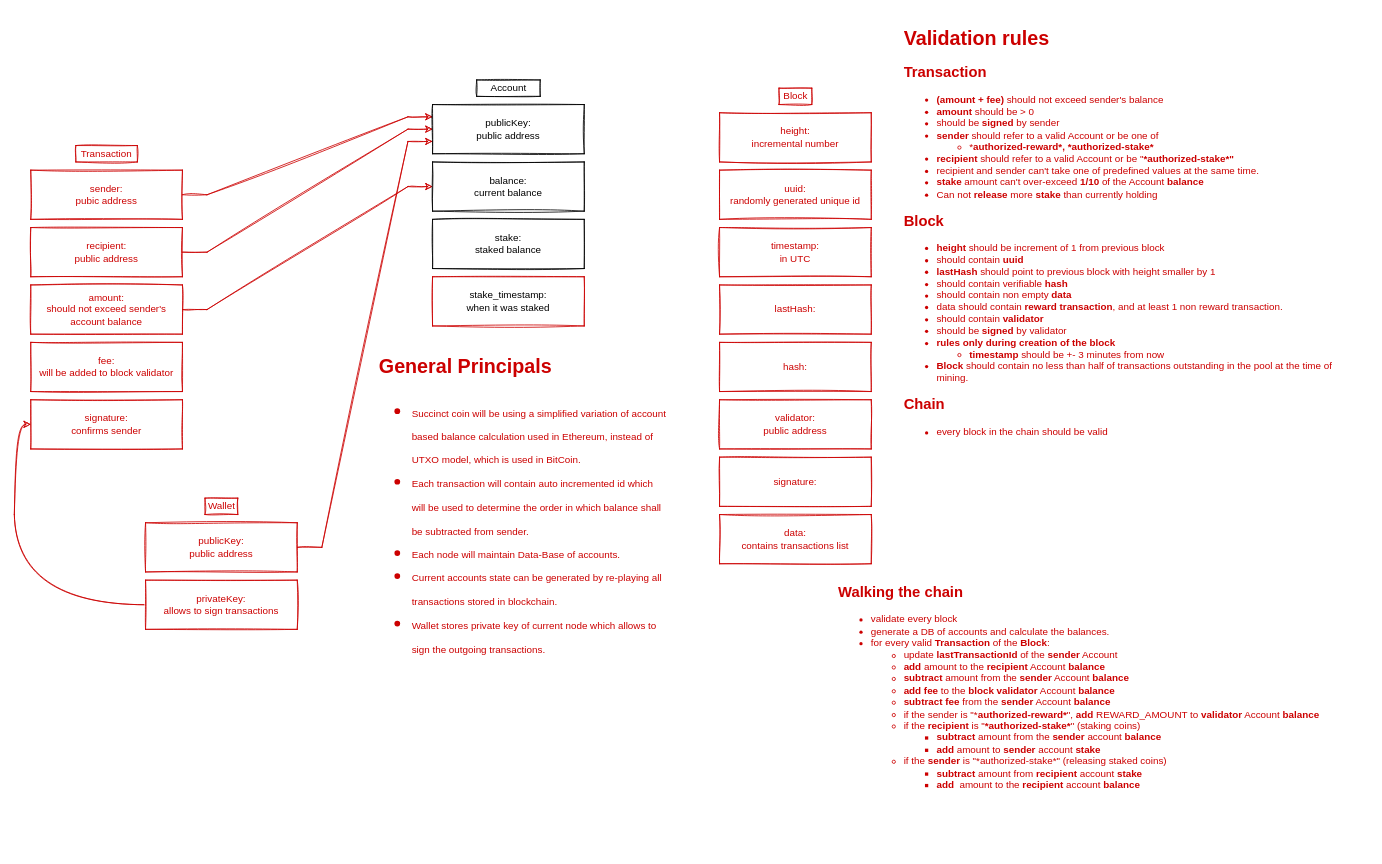
This is docs/Transaction Structure Diagram.drawio from echowaves/succinctcoin, a draw.io file, before an edit. Source tidied: cells renumbered, new cells numbered last; positions are measured from the earlier drawing's top-left corner, leaving out a move shared by most shapes. Both pictures are drawn from the tidied source at 82%, with x=0, y=0 at pixel (30, 22).
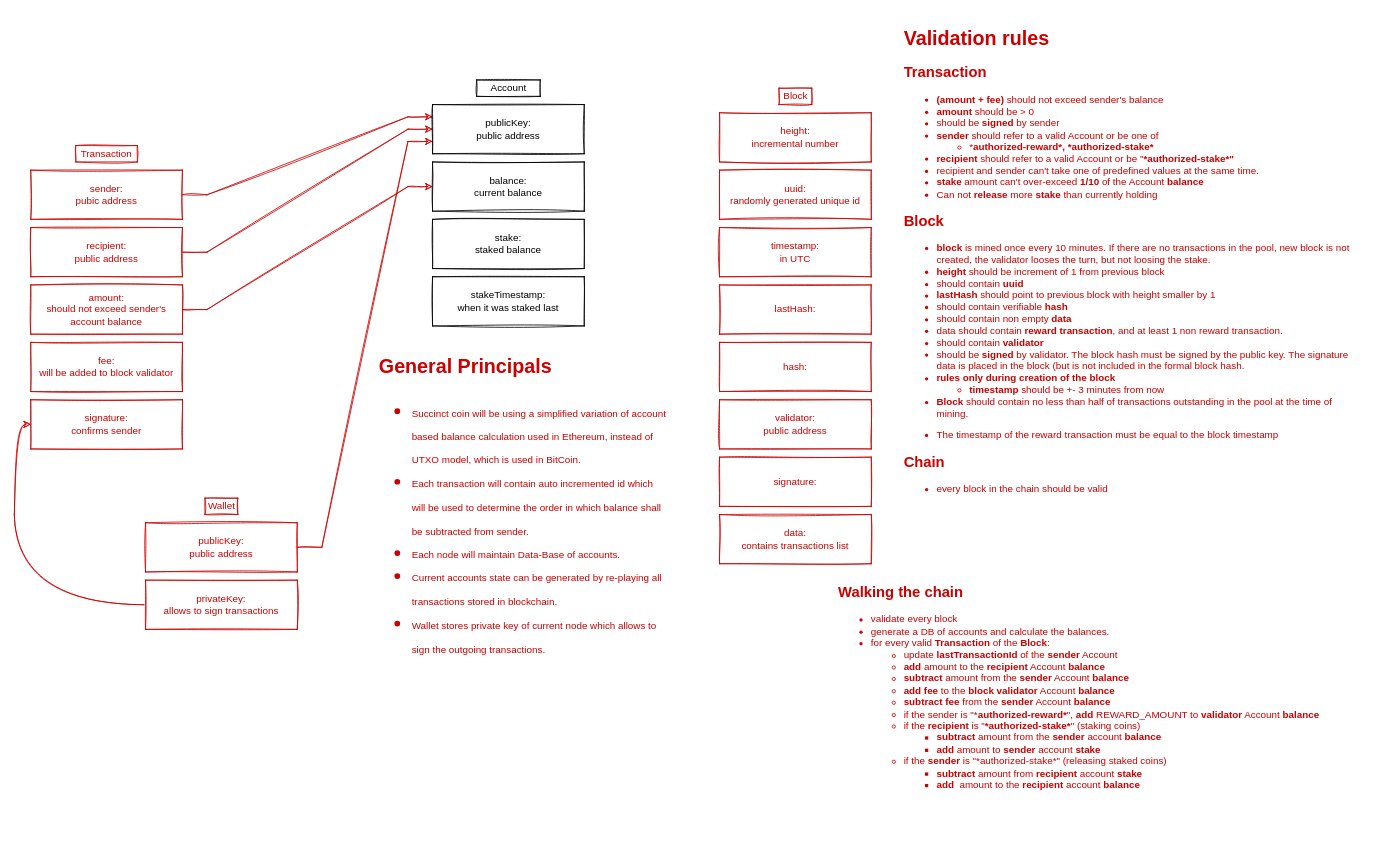
After the change.

Change to the diagram source:
```diff
@@
-    <mxCell id="30" value="&lt;h1&gt;Validation rules&lt;/h1&gt;&lt;h2&gt;Transaction&lt;/h2&gt;&lt;div&gt;&lt;ul&gt;&lt;li&gt;&lt;b&gt;(amount + fee)&lt;/b&gt;&lt;span&gt; should not exceed sender's balance&lt;/span&gt;&lt;br&gt;&lt;/li&gt;&lt;li&gt;&lt;b&gt;amount&lt;/b&gt; should be &amp;gt; 0&lt;/li&gt;&lt;li&gt;should be &lt;b&gt;signed&lt;/b&gt; by sender&lt;/li&gt;&lt;li&gt;&lt;b&gt;sender&lt;/b&gt; should refer to a valid Account or be one of&lt;/li&gt;&lt;ul&gt;&lt;li&gt;*&lt;b&gt;authorized-reward*,&amp;nbsp;&lt;/b&gt;&lt;b&gt;*authorized-stake*&lt;/b&gt;&lt;br&gt;&lt;/li&gt;&lt;/ul&gt;&lt;li&gt;&lt;b&gt;recipient &lt;/b&gt;should refer to a valid Account or be &quot;&lt;b&gt;*authorized-stake*&quot;&lt;/b&gt;&lt;/li&gt;&lt;li&gt;recipient and sender can't take one of predefined values at the same time.&lt;/li&gt;&lt;li&gt;&lt;b&gt;stake &lt;/b&gt;amount can't over-exceed &lt;b&gt;1/10&lt;/b&gt; of the Account &lt;b&gt;balance&lt;/b&gt;&lt;/li&gt;&lt;li&gt;Can not &lt;b&gt;release&lt;/b&gt; more &lt;b&gt;stake&lt;/b&gt; than currently holding&lt;/li&gt;&lt;/ul&gt;&lt;/div&gt;&lt;h2&gt;Block&lt;/h2&gt;&lt;div&gt;&lt;ul&gt;&lt;li&gt;&lt;b&gt;height&lt;/b&gt; should be increment of 1 from previous block&lt;/li&gt;&lt;li&gt;should contain &lt;b&gt;uuid&lt;/b&gt;&lt;/li&gt;&lt;li&gt;&lt;b&gt;lastHash&lt;/b&gt; should point to previous block with height smaller by 1&lt;/li&gt;&lt;li&gt;should contain verifiable &lt;b&gt;hash&lt;/b&gt;&lt;/li&gt;&lt;li&gt;should contain non empty &lt;b&gt;data&lt;/b&gt;&amp;nbsp;&amp;nbsp;&lt;/li&gt;&lt;li&gt;data should contain &lt;b&gt;reward transaction&lt;/b&gt;, and at least 1 non reward transaction.&lt;/li&gt;&lt;li&gt;should contain &lt;b&gt;validator&lt;/b&gt;&lt;/li&gt;&lt;li&gt;should be &lt;b&gt;signed&lt;/b&gt; by validator&lt;/li&gt;&lt;li&gt;&lt;b&gt;rules only during creation of the block&lt;/b&gt;&lt;/li&gt;&lt;ul&gt;&lt;li&gt;&lt;b&gt;timestamp&lt;/b&gt; should be +- 3 minutes from now&lt;/li&gt;&lt;/ul&gt;&lt;li&gt;&lt;b&gt;Block &lt;/b&gt;should contain no less than half of transactions outstanding in the pool at the time of mining.&lt;/li&gt;&lt;/ul&gt;&lt;/div&gt;&lt;h2&gt;Chain&lt;/h2&gt;&lt;div&gt;&lt;ul&gt;&lt;li&gt;every block in the chain should be valid&lt;/li&gt;&lt;/ul&gt;&lt;div&gt;&lt;br&gt;&lt;/div&gt;&lt;/div&gt;&lt;h2&gt;&lt;br&gt;&lt;/h2&gt;" style="text;html=1;fillColor=none;spacing=5;spacingTop=-20;whiteSpace=wrap;overflow=hidden;rounded=0;sketch=1;fontColor=#CC0000;" parent="1" vertex="1">
+    <mxCell id="30" value="&lt;h1&gt;Validation rules&lt;/h1&gt;&lt;h2&gt;Transaction&lt;/h2&gt;&lt;div&gt;&lt;ul&gt;&lt;li&gt;&lt;b&gt;(amount + fee)&lt;/b&gt;&lt;span&gt; should not exceed sender's balance&lt;/span&gt;&lt;br&gt;&lt;/li&gt;&lt;li&gt;&lt;b&gt;amount&lt;/b&gt; should be &amp;gt; 0&lt;/li&gt;&lt;li&gt;should be &lt;b&gt;signed&lt;/b&gt; by sender&lt;/li&gt;&lt;li&gt;&lt;b&gt;sender&lt;/b&gt; should refer to a valid Account or be one of&lt;/li&gt;&lt;ul&gt;&lt;li&gt;*&lt;b&gt;authorized-reward*,&amp;nbsp;&lt;/b&gt;&lt;b&gt;*authorized-stake*&lt;/b&gt;&lt;br&gt;&lt;/li&gt;&lt;/ul&gt;&lt;li&gt;&lt;b&gt;recipient &lt;/b&gt;should refer to a valid Account or be &quot;&lt;b&gt;*authorized-stake*&quot;&lt;/b&gt;&lt;/li&gt;&lt;li&gt;recipient and sender can't take one of predefined values at the same time.&lt;/li&gt;&lt;li&gt;&lt;b&gt;stake &lt;/b&gt;amount can't over-exceed &lt;b&gt;1/10&lt;/b&gt; of the Account &lt;b&gt;balance&lt;/b&gt;&lt;/li&gt;&lt;li&gt;Can not &lt;b&gt;release&lt;/b&gt; more &lt;b&gt;stake&lt;/b&gt; than currently holding&lt;/li&gt;&lt;/ul&gt;&lt;/div&gt;&lt;h2&gt;Block&lt;/h2&gt;&lt;div&gt;&lt;ul&gt;&lt;li&gt;&lt;b&gt;block &lt;/b&gt;is mined once every 10 minutes. If there are no transactions in the pool, new block is not created, the validator looses the turn, but not loosing the stake.&lt;/li&gt;&lt;li&gt;&lt;b&gt;height&lt;/b&gt; should be increment of 1 from previous block&lt;/li&gt;&lt;li&gt;should contain &lt;b&gt;uuid&lt;/b&gt;&lt;/li&gt;&lt;li&gt;&lt;b&gt;lastHash&lt;/b&gt; should point to previous block with height smaller by 1&lt;/li&gt;&lt;li&gt;should contain verifiable &lt;b&gt;hash&lt;/b&gt;&lt;/li&gt;&lt;li&gt;should contain non empty &lt;b&gt;data&lt;/b&gt;&amp;nbsp;&amp;nbsp;&lt;/li&gt;&lt;li&gt;data should contain &lt;b&gt;reward transaction&lt;/b&gt;, and at least 1 non reward transaction.&lt;/li&gt;&lt;li&gt;should contain &lt;b&gt;validator&lt;/b&gt;&lt;/li&gt;&lt;li&gt;should be &lt;b&gt;signed&lt;/b&gt; by validator. The block hash must be signed by the public key. The signature data is placed in the block (but is not included in the formal block hash.&lt;/li&gt;&lt;li&gt;&lt;b&gt;rules only during creation of the block&lt;/b&gt;&lt;/li&gt;&lt;ul&gt;&lt;li&gt;&lt;b&gt;timestamp&lt;/b&gt; should be +- 3 minutes from now&lt;/li&gt;&lt;/ul&gt;&lt;li&gt;&lt;b&gt;Block &lt;/b&gt;should contain no less than half of transactions outstanding in the pool at the time of mining.&lt;/li&gt;&lt;/ul&gt;&lt;p&gt;&lt;/p&gt;&lt;ul&gt;&lt;li&gt;&lt;span style=&quot;background-color: rgb(255 , 255 , 255)&quot;&gt;&lt;font style=&quot;font-size: 12px&quot;&gt;The timestamp of the reward transaction must be equal to the block timestamp&lt;/font&gt;&lt;/span&gt;&lt;/li&gt;&lt;/ul&gt;&lt;p&gt;&lt;/p&gt;&lt;/div&gt;&lt;h2&gt;Chain&lt;/h2&gt;&lt;div&gt;&lt;ul&gt;&lt;li&gt;every block in the chain should be valid&lt;/li&gt;&lt;/ul&gt;&lt;div&gt;&lt;br&gt;&lt;/div&gt;&lt;/div&gt;&lt;h2&gt;&lt;br&gt;&lt;/h2&gt;" style="text;html=1;fillColor=none;spacing=5;spacingTop=-20;whiteSpace=wrap;overflow=hidden;rounded=0;sketch=1;fontColor=#CC0000;" parent="1" vertex="1">
       <mxGeometry x="1060" width="560" height="660" as="geometry" />
     </mxCell>
@@
-    <mxCell id="32" value="stake_timestamp:&lt;br&gt;when it was staked" style="rounded=0;whiteSpace=wrap;html=1;sketch=1;strokeColor=#CC0000;" parent="1" vertex="1">
+    <mxCell id="32" value="stakeTimestamp:&lt;br&gt;when it was staked last" style="rounded=0;whiteSpace=wrap;html=1;sketch=1;" parent="1" vertex="1">
       <mxGeometry x="490" y="310" width="185" height="60" as="geometry" />
     </mxCell>
```
